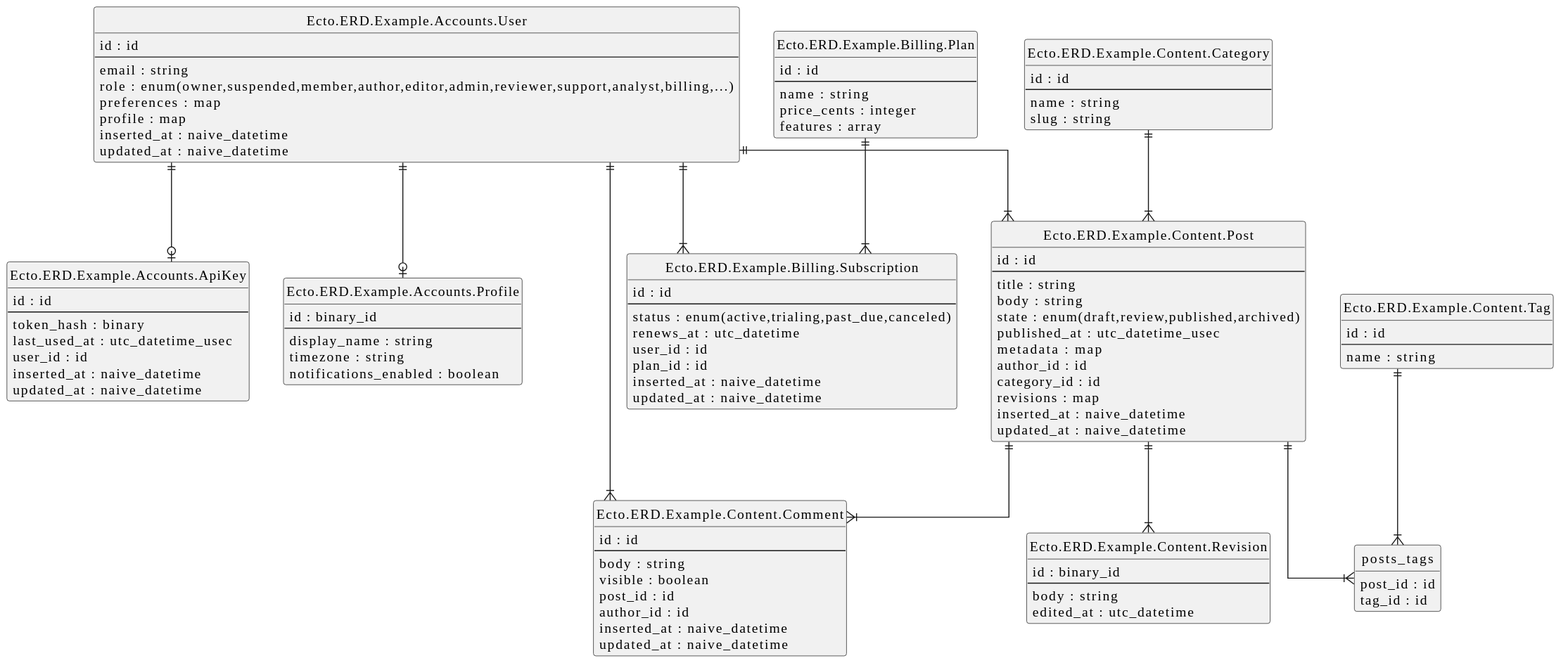
This is guides/assets/examples/default.puml.svg from fuelen/ecto_erd, a PlantUML export, as it was before one commit.
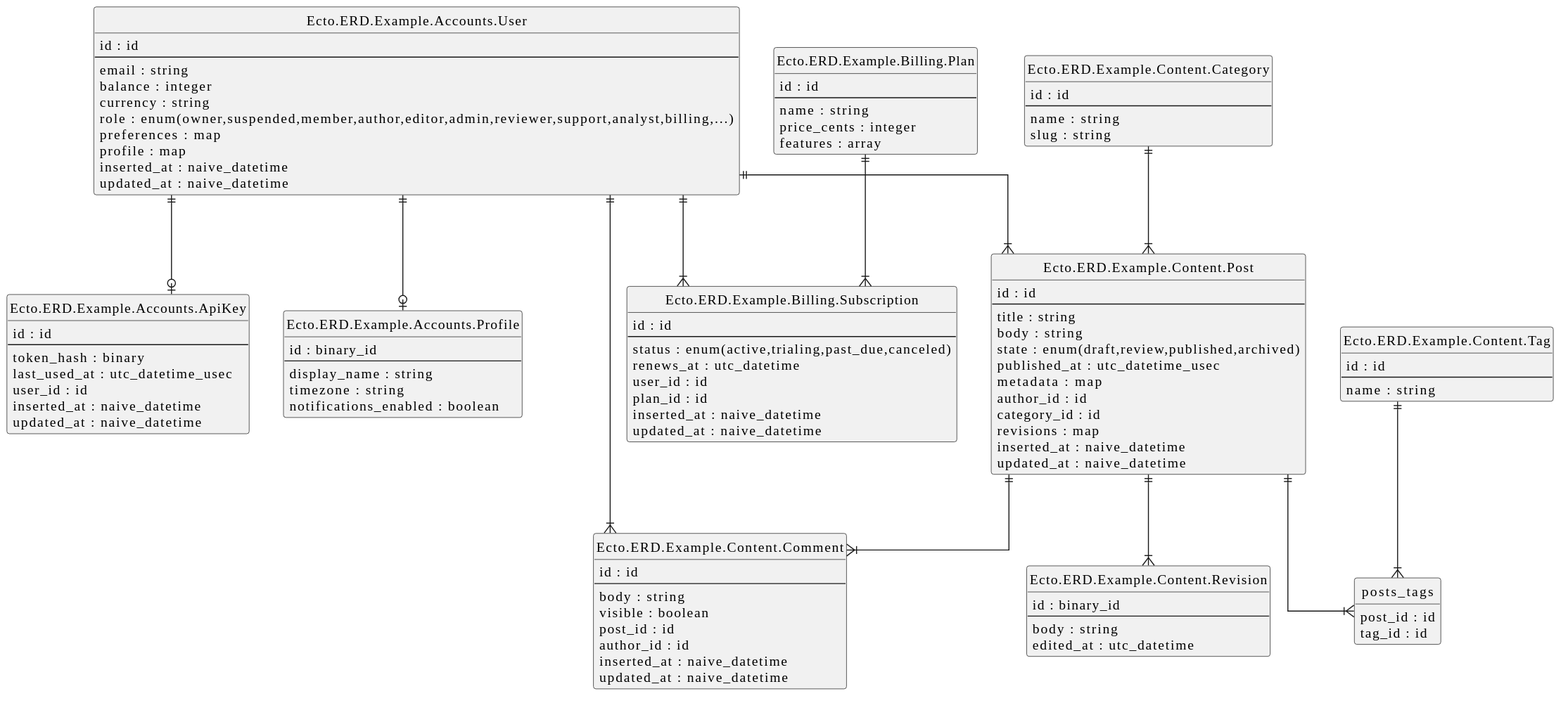
After the commit.

What changed in the source:
```diff
@@ -30,6 +30,8 @@
   id : id
   --
   email : string
+  balance : integer
+  currency : string
   role : enum(owner,suspended,member,author,editor,admin,reviewer,support,analyst,billing,...)
   preferences : map
   profile : map
```
